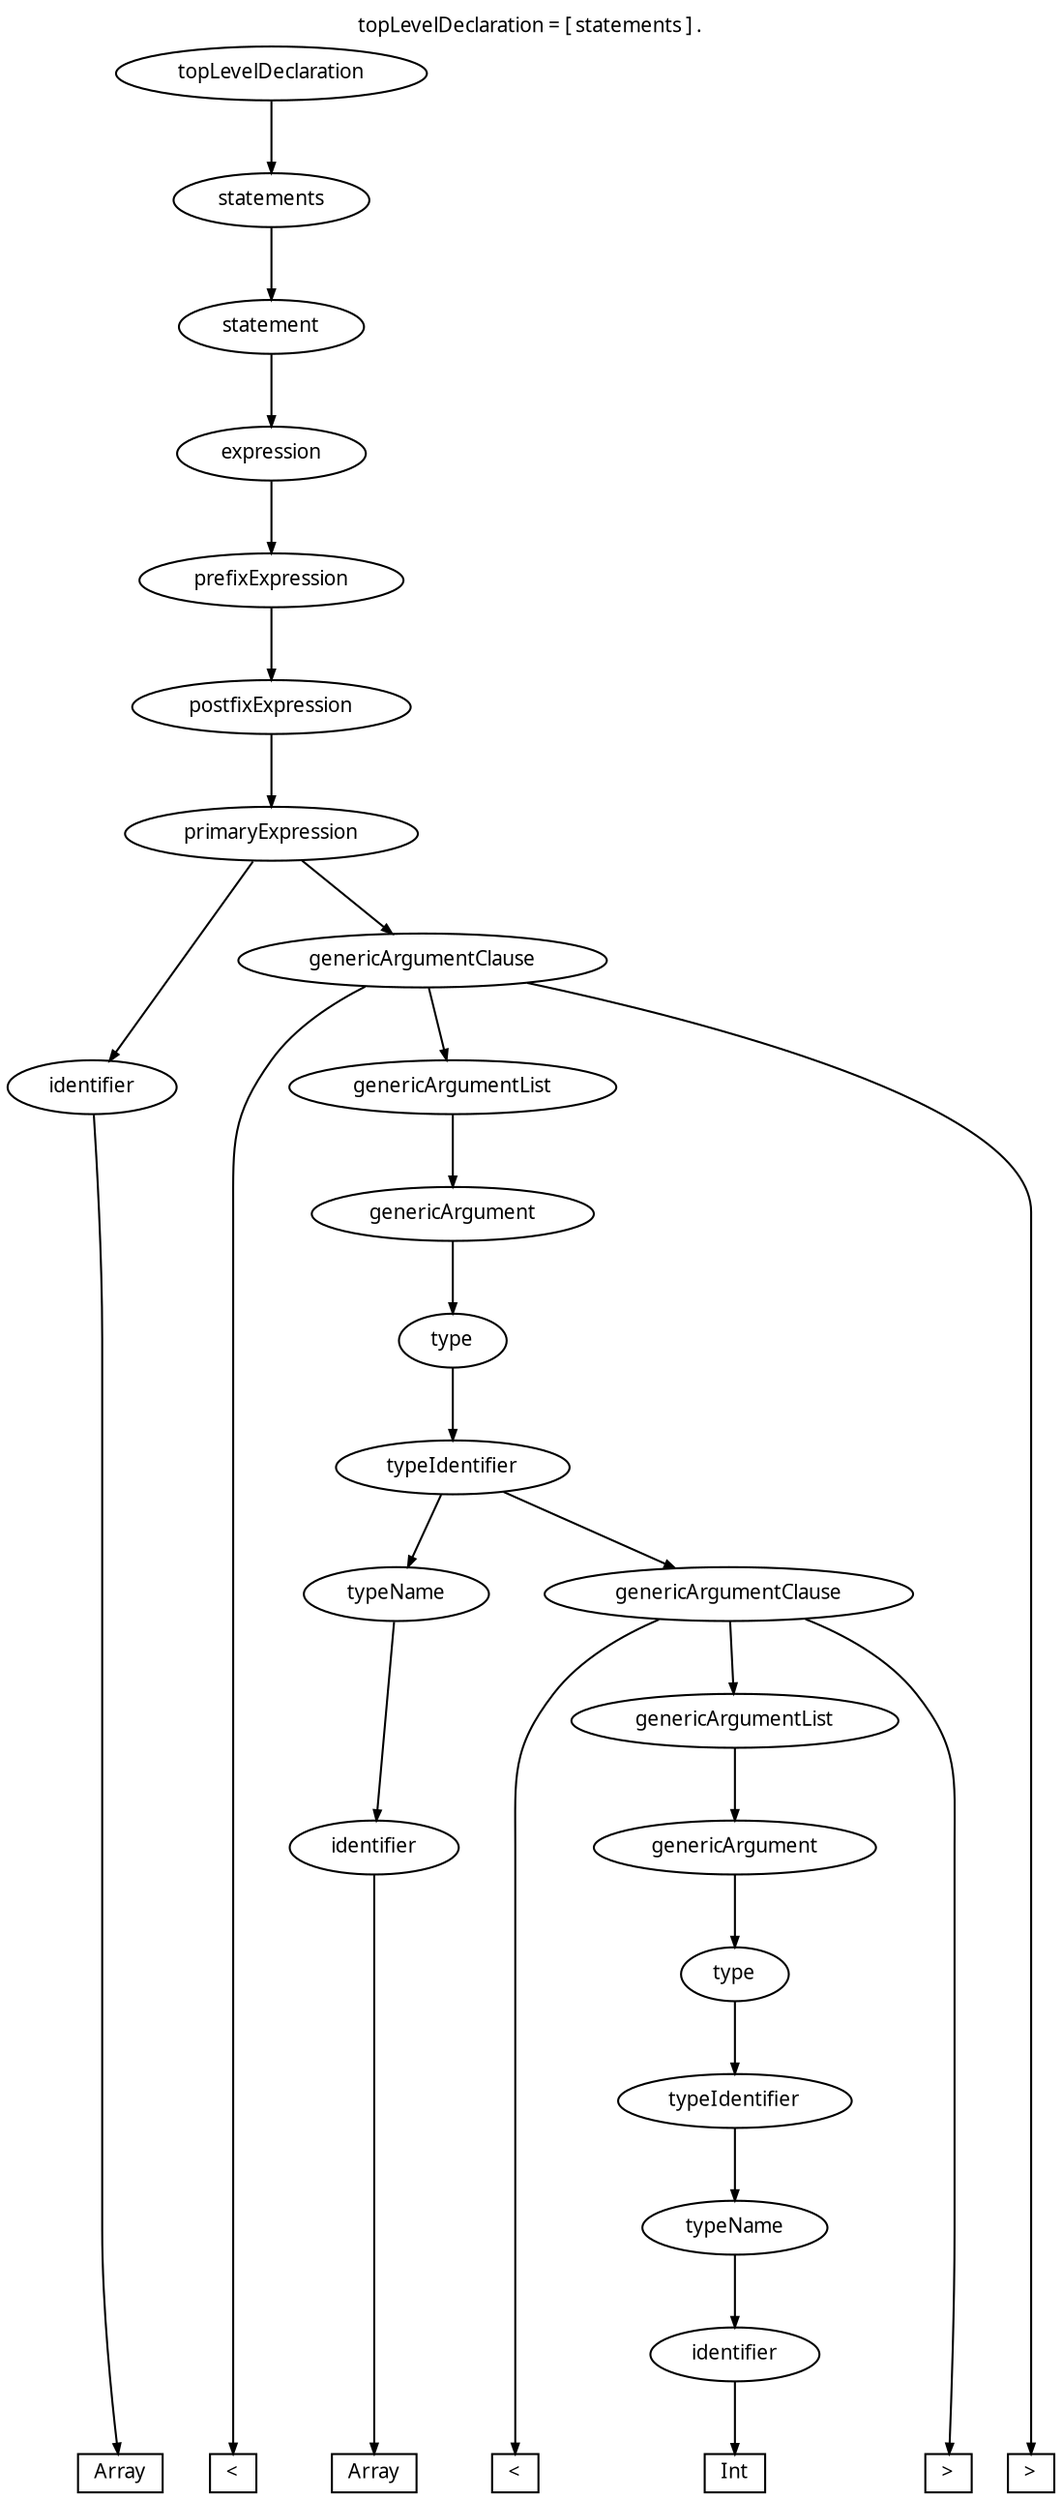
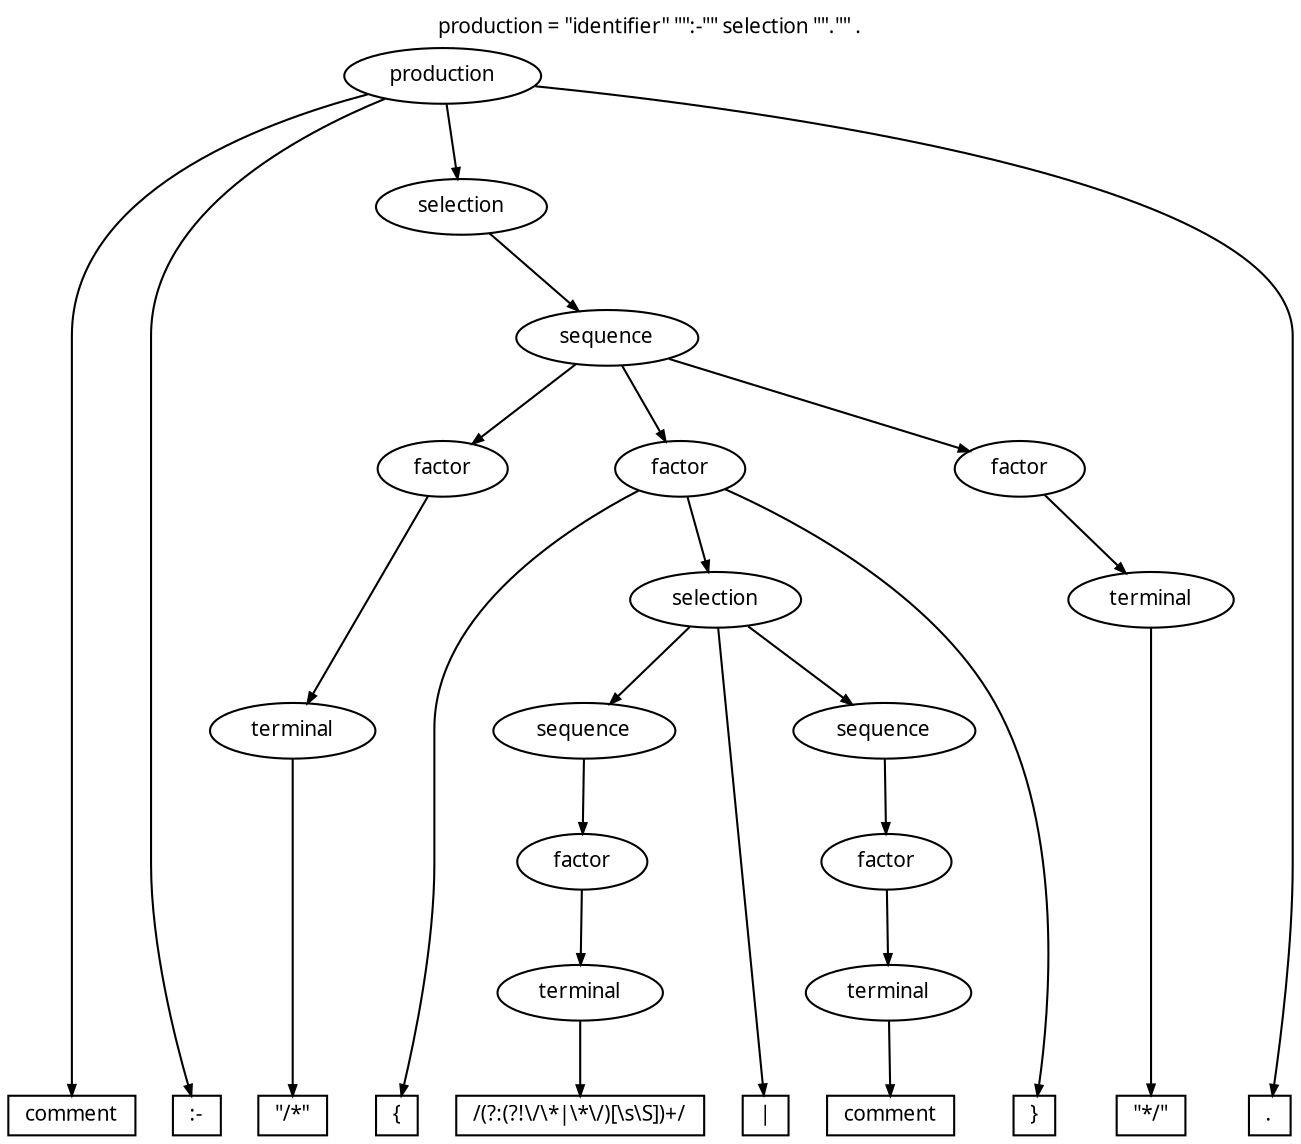
digraph Derivations {
  fontname=Menlo; fontsize=10
  node [fontname=Menlo, fontsize=10]
  edge [arrowsize=0.5]
  rankdir=TB; ordering=out; labelloc=t
-   label=<topLevelDeclaration = [ statements ] .>
-   n0 [shape=ellipse, width=0, height=0, label=<topLevelDeclaration>]
-   n1 [shape=ellipse, width=0, height=0, label=<statements>]
-   n2 [shape=ellipse, width=0, height=0, label=<statement>]
-   n3 [shape=ellipse, width=0, height=0, label=<expression>]
-   n4 [shape=ellipse, width=0, height=0, label=<prefixExpression>]
-   n5 [shape=ellipse, width=0, height=0, label=<postfixExpression>]
-   n6 [shape=ellipse, width=0, height=0, label=<primaryExpression>]
-   n7 [shape=ellipse, width=0, height=0, label=<identifier>]
-   n8 [shape=box, width=0, height=0, label=<Array>]
-   n7 -> n8
+   label=<production = "identifier" "":-"" selection ""."" .>
+   n0 [shape=ellipse, width=0, height=0, label=<production>]
+   n1 [shape=box, width=0, height=0, label=<comment>]
+   n0 -> n1
+   n2 [shape=box, width=0, height=0, label=<:->]
+   n0 -> n2
+   n3 [shape=ellipse, width=0, height=0, label=<selection>]
+   n4 [shape=ellipse, width=0, height=0, label=<sequence>]
+   n5 [shape=ellipse, width=0, height=0, label=<factor>]
+   n6 [shape=ellipse, width=0, height=0, label=<terminal>]
+   n7 [shape=box, width=0, height=0, label=<"/*">]
  n6 -> n7
-   n9 [shape=ellipse, width=0, height=0, label=<genericArgumentClause>]
-   n10 [shape=box, width=0, height=0, label=<&lt;>]
-   n9 -> n10
-   n11 [shape=ellipse, width=0, height=0, label=<genericArgumentList>]
-   n12 [shape=ellipse, width=0, height=0, label=<genericArgument>]
-   n13 [shape=ellipse, width=0, height=0, label=<type>]
-   n14 [shape=ellipse, width=0, height=0, label=<typeIdentifier>]
-   n15 [shape=ellipse, width=0, height=0, label=<typeName>]
-   n16 [shape=ellipse, width=0, height=0, label=<identifier>]
-   n17 [shape=box, width=0, height=0, label=<Array>]
-   n16 -> n17
-   n15 -> n16
-   n14 -> n15
-   n18 [shape=ellipse, width=0, height=0, label=<genericArgumentClause>]
-   n19 [shape=box, width=0, height=0, label=<&lt;>]
-   n18 -> n19
-   n20 [shape=ellipse, width=0, height=0, label=<genericArgumentList>]
-   n21 [shape=ellipse, width=0, height=0, label=<genericArgument>]
-   n22 [shape=ellipse, width=0, height=0, label=<type>]
-   n23 [shape=ellipse, width=0, height=0, label=<typeIdentifier>]
-   n24 [shape=ellipse, width=0, height=0, label=<typeName>]
-   n25 [shape=ellipse, width=0, height=0, label=<identifier>]
-   n26 [shape=box, width=0, height=0, label=<Int>]
-   n25 -> n26
-   n24 -> n25
-   n23 -> n24
-   n22 -> n23
-   n21 -> n22
-   n20 -> n21
-   n18 -> n20
-   n27 [shape=box, width=0, height=0, label=<&gt;>]
-   n18 -> n27
-   n14 -> n18
+   n5 -> n6
+   n4 -> n5
+   n8 [shape=ellipse, width=0, height=0, label=<factor>]
+   n9 [shape=box, width=0, height=0, label=<{>]
+   n8 -> n9
+   n10 [shape=ellipse, width=0, height=0, label=<selection>]
+   n11 [shape=ellipse, width=0, height=0, label=<sequence>]
+   n12 [shape=ellipse, width=0, height=0, label=<factor>]
+   n13 [shape=ellipse, width=0, height=0, label=<terminal>]
+   n14 [shape=box, width=0, height=0, label=</(?:(?!\/\*|\*\/)[\s\S])+/>]
  n13 -> n14
  n12 -> n13
  n11 -> n12
-   n9 -> n11
-   n28 [shape=box, width=0, height=0, label=<&gt;>]
-   n9 -> n28
-   n6 -> n9
-   n5 -> n6
-   n4 -> n5
+   n10 -> n11
+   n15 [shape=box, width=0, height=0, label=<|>]
+   n10 -> n15
+   n16 [shape=ellipse, width=0, height=0, label=<sequence>]
+   n17 [shape=ellipse, width=0, height=0, label=<factor>]
+   n18 [shape=ellipse, width=0, height=0, label=<terminal>]
+   n19 [shape=box, width=0, height=0, label=<comment>]
+   n18 -> n19
+   n17 -> n18
+   n16 -> n17
+   n10 -> n16
+   n8 -> n10
+   n20 [shape=box, width=0, height=0, label=<}>]
+   n8 -> n20
+   n4 -> n8
+   n21 [shape=ellipse, width=0, height=0, label=<factor>]
+   n22 [shape=ellipse, width=0, height=0, label=<terminal>]
+   n23 [shape=box, width=0, height=0, label=<"*/">]
+   n22 -> n23
+   n21 -> n22
+   n4 -> n21
  n3 -> n4
-   n2 -> n3
-   n1 -> n2
-   n0 -> n1
-   { rank=same; n8; n10; n17; n19; n26; n27; n28 }
-   n8 -> n10 [style=invis]
-   n10 -> n17 [style=invis]
-   n17 -> n19 [style=invis]
-   n19 -> n26 [style=invis]
-   n26 -> n27 [style=invis]
-   n27 -> n28 [style=invis]
+   n0 -> n3
+   n24 [shape=box, width=0, height=0, label=<.>]
+   n0 -> n24
+   { rank=same; n1; n2; n7; n9; n14; n15; n19; n20; n23; n24 }
+   n1 -> n2 [style=invis]
+   n2 -> n7 [style=invis]
+   n7 -> n9 [style=invis]
+   n9 -> n14 [style=invis]
+   n14 -> n15 [style=invis]
+   n15 -> n19 [style=invis]
+   n19 -> n20 [style=invis]
+   n20 -> n23 [style=invis]
+   n23 -> n24 [style=invis]
}
